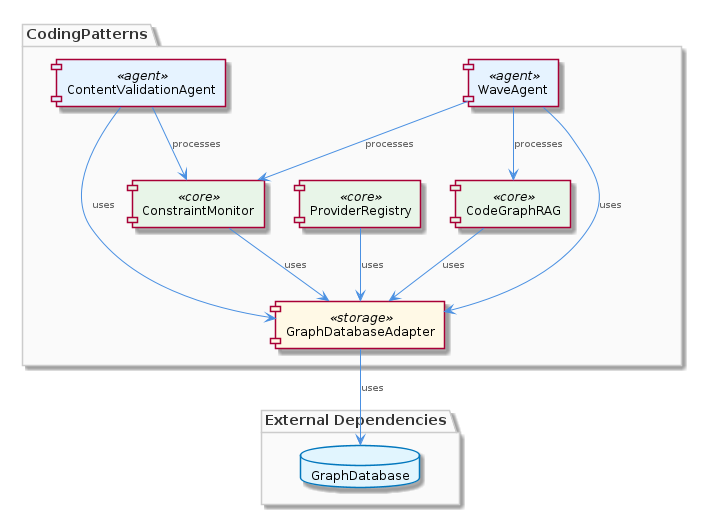
The PlantUML diagram .data/knowledge-graph/insights/images/coding-patterns-architecture.png in fwornle/coding, before a commit. Its source is kept beside it as .data/knowledge-graph/insights/puml/coding-patterns-architecture.puml. The source it was exported from:
```plantuml
@startuml
!include /coding/docs/puml/_standard-style.puml

package "CodingPatterns" {
  component "GraphDatabaseAdapter" as gda <<storage>>
  component "WaveAgent" as wa <<agent>>
  component "ConstraintMonitor" as cm <<core>>
  component "ProviderRegistry" as pr <<core>>
  component "CodeGraphRAG" as cgr <<core>>
  component "ContentValidationAgent" as cva <<agent>>
}

package "External Dependencies" {
  database "GraphDatabase" as gd
}

gda --> gd : uses
wa --> gda : uses
cm --> gda : uses
pr --> gda : uses
cgr --> gda : uses
cva --> gda : uses
wa --> cm : processes
wa --> cgr : processes
cva --> cm : processes

@enduml
```
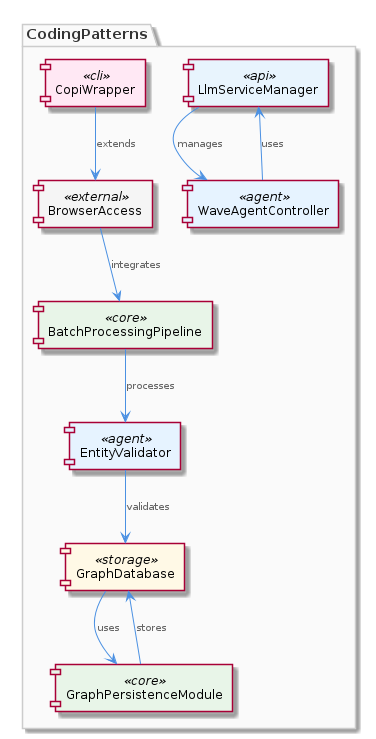
The same diagram one commit later.

The edit, as a diff of the source:
```diff
@@ -2,26 +2,23 @@
 !include /coding/docs/puml/_standard-style.puml
 
 package "CodingPatterns" {
-  component "GraphDatabaseAdapter" as gda <<storage>>
-  component "WaveAgent" as wa <<agent>>
-  component "ConstraintMonitor" as cm <<core>>
-  component "ProviderRegistry" as pr <<core>>
-  component "CodeGraphRAG" as cgr <<core>>
-  component "ContentValidationAgent" as cva <<agent>>
+  component "GraphDatabase" as graph <<storage>>
+  component "GraphPersistenceModule" as gpm <<core>>
+  component "EntityValidator" as ev <<agent>>
+  component "BatchProcessingPipeline" as bpp <<core>>
+  component "BrowserAccess" as ba <<external>>
+  component "LlmServiceManager" as lsm <<api>>
+  component "WaveAgentController" as wac <<agent>>
+  component "CopiWrapper" as cw <<cli>>
 }
 
-package "External Dependencies" {
-  database "GraphDatabase" as gd
-}
-
-gda --> gd : uses
-wa --> gda : uses
-cm --> gda : uses
-pr --> gda : uses
-cgr --> gda : uses
-cva --> gda : uses
-wa --> cm : processes
-wa --> cgr : processes
-cva --> cm : processes
+graph --> gpm : uses
+gpm --> graph : stores
+ev --> graph : validates
+bpp --> ev : processes
+ba --> bpp : integrates
+lsm --> wac : manages
+wac --> lsm : uses
+cw --> ba : extends
 
 @enduml
```
